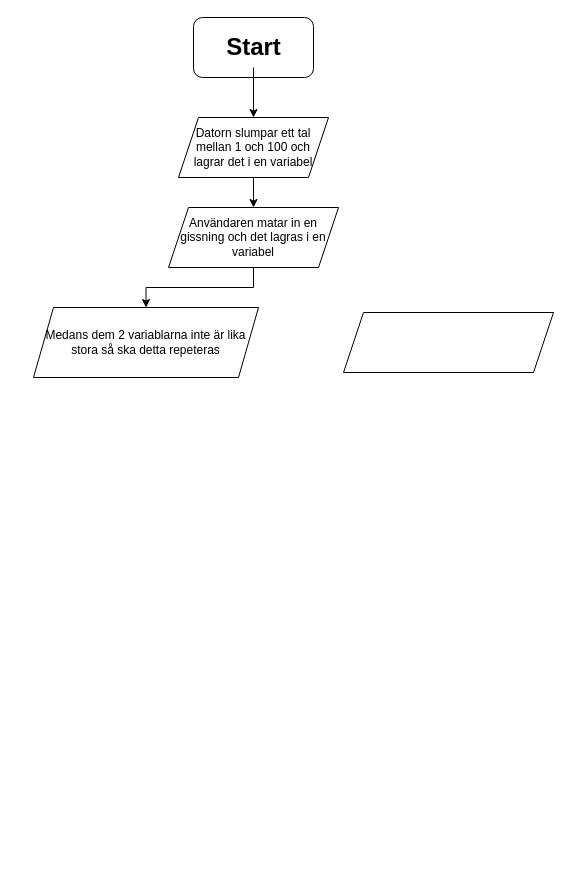
This is Untitled Diagram.drawio from Dementisten/Programmerings-Uppgift, a draw.io file, before an edit. Source tidied: cells renumbered, new cells numbered last; positions are measured from the earlier drawing's top-left corner, leaving out a move shared by most shapes. Both pictures are drawn from the tidied source at 100%, with x=0, y=0 at pixel (33, 17).
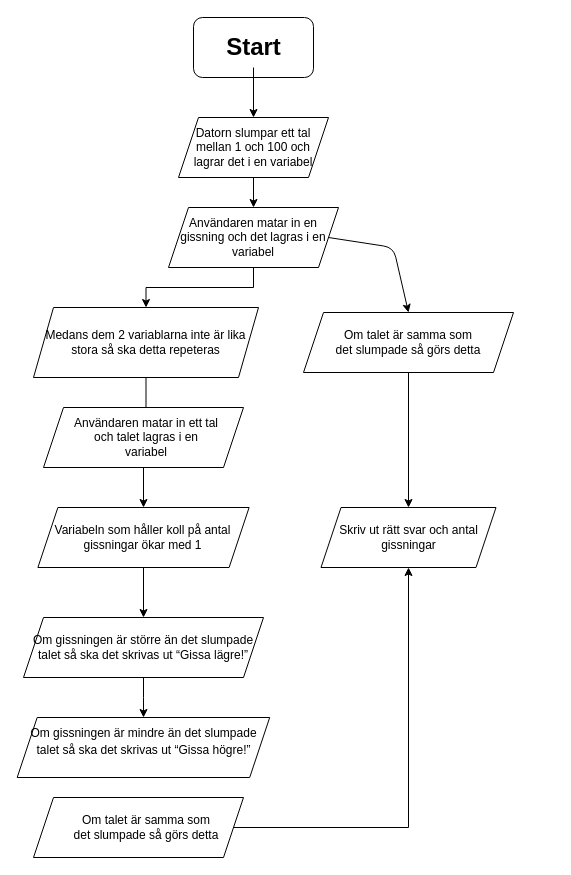
After the change.

Unchanged cells that the change refers to:
```xml
<mxCell id="8" value="Användaren matar in en gissning och det lagras i en variabel" style="shape=parallelogram;perimeter=parallelogramPerimeter;whiteSpace=wrap;html=1;fixedSize=1;" parent="1" vertex="1">
  <mxGeometry x="135" y="190" width="170" height="60" as="geometry" />
</mxCell>
<mxCell id="9" value="Medans dem 2 variablarna inte är lika stora så ska detta repeteras" style="shape=parallelogram;perimeter=parallelogramPerimeter;whiteSpace=wrap;html=1;fixedSize=1;" parent="1" vertex="1">
  <mxGeometry y="290" width="225" height="70" as="geometry" />
</mxCell>
```

Diff of the diagram source:
```diff
@@
+    <mxCell id="11" style="edgeStyle=orthogonalEdgeStyle;rounded=0;jettySize=auto;html=1;" parent="1" edge="1" source="9" target="15">
+      <mxGeometry relative="1" as="geometry" />
+    </mxCell>
@@
+    <mxCell id="12" style="edgeStyle=orthogonalEdgeStyle;rounded=0;jettySize=auto;html=1;" parent="1" edge="1" source="10" target="18">
+      <mxGeometry relative="1" as="geometry" />
+    </mxCell>
     <mxCell id="10" style="shape=parallelogram;perimeter=parallelogramPerimeter;whiteSpace=wrap;html=1;fixedSize=1;" parent="1" vertex="1">
-      <mxGeometry x="310" y="295" width="210" height="60" as="geometry" />
+      <mxGeometry x="270" y="295" width="210" height="60" as="geometry" />
     </mxCell>
+    <mxCell id="13" style="shape=parallelogram;perimeter=parallelogramPerimeter;whiteSpace=wrap;html=1;fixedSize=1;" parent="1" vertex="1">
+      <mxGeometry x="10" y="390" width="200" height="60" as="geometry" />
+    </mxCell>
+    <mxCell id="14" style="edgeStyle=orthogonalEdgeStyle;rounded=0;jettySize=auto;html=1;exitX=0.5;exitY=1;exitDx=0;exitDy=0;" parent="1" edge="1" source="13" target="20">
+      <mxGeometry relative="1" as="geometry" />
+    </mxCell>
+    <mxCell id="15" value="Användaren matar in ett tal och talet lagras i en variabel" style="text;html=1;strokeColor=none;fillColor=none;align=center;verticalAlign=middle;whiteSpace=wrap;rounded=0;" parent="1" vertex="1">
+      <mxGeometry x="37.5" y="410" width="150" height="20" as="geometry" />
+    </mxCell>
+    <mxCell id="16" style="endArrow=classic;html=1;entryX=0.5;entryY=0;entryDx=0;entryDy=0;exitX=1;exitY=0.5;exitDx=0;exitDy=0;" parent="1" edge="1" source="8" target="10">
+      <mxGeometry relative="1" as="geometry">
+        <Array as="points">
+          <mxPoint x="360" y="230" />
+        </Array>
+      </mxGeometry>
+    </mxCell>
+    <mxCell id="17" value="Om talet är samma som det slumpade så görs detta" style="text;html=1;strokeColor=none;fillColor=none;align=center;verticalAlign=middle;whiteSpace=wrap;rounded=0;" parent="1" vertex="1">
+      <mxGeometry x="300" y="315" width="150" height="20" as="geometry" />
+    </mxCell>
+    <mxCell id="18" value="Skriv ut rätt svar och antal gissningar" style="shape=parallelogram;perimeter=parallelogramPerimeter;whiteSpace=wrap;html=1;fixedSize=1;" parent="1" vertex="1">
+      <mxGeometry x="287.5" y="490" width="175" height="60" as="geometry" />
+    </mxCell>
+    <mxCell id="19" style="edgeStyle=orthogonalEdgeStyle;rounded=0;jettySize=auto;html=1;" parent="1" edge="1" source="20" target="22">
+      <mxGeometry relative="1" as="geometry" />
+    </mxCell>
+    <mxCell id="20" value="Variabeln som håller koll på antal gissningar ökar med 1" style="shape=parallelogram;perimeter=parallelogramPerimeter;whiteSpace=wrap;html=1;fixedSize=1;" parent="1" vertex="1">
+      <mxGeometry x="4.4" y="490" width="211.2" height="60" as="geometry" />
+    </mxCell>
+    <mxCell id="21" style="edgeStyle=orthogonalEdgeStyle;rounded=0;jettySize=auto;html=1;" parent="1" edge="1" source="22" target="23">
+      <mxGeometry relative="1" as="geometry" />
+    </mxCell>
+    <mxCell id="22" value="&lt;span id=&quot;docs-internal-guid-702ee39d-7fff-81c9-dbe3-05993b5a9d8b&quot;&gt;&lt;span style=&quot;background-color: transparent ; vertical-align: baseline&quot;&gt;&lt;font style=&quot;font-size: 12px&quot;&gt;Om gissningen är större än det slumpade talet så ska det skrivas ut “Gissa lägre!”&lt;/font&gt;&lt;/span&gt;&lt;/span&gt;" style="shape=parallelogram;perimeter=parallelogramPerimeter;whiteSpace=wrap;html=1;fixedSize=1;" parent="1" vertex="1">
+      <mxGeometry x="-10" y="600" width="240" height="60" as="geometry" />
+    </mxCell>
+    <mxCell id="23" value="&lt;span id=&quot;docs-internal-guid-66e83b4b-7fff-19e0-1803-322613603925&quot;&gt;&lt;p dir=&quot;ltr&quot; style=&quot;line-height: 1.38 ; margin-top: 0pt ; margin-bottom: 0pt&quot;&gt;&lt;span style=&quot;font-size: 11pt ; background-color: transparent ; vertical-align: baseline&quot;&gt;&lt;span class=&quot;Apple-tab-span&quot;&gt; &lt;/span&gt;&lt;/span&gt;&lt;span style=&quot;background-color: transparent ; vertical-align: baseline&quot;&gt;Om gissningen är mindre än det slumpade talet så ska det skrivas ut “Gissa högre!”&lt;/span&gt;&lt;/p&gt;&lt;div&gt;&lt;span style=&quot;font-family: &amp;#34;arial&amp;#34; ; background-color: transparent ; vertical-align: baseline&quot;&gt;&lt;br&gt;&lt;/span&gt;&lt;/div&gt;&lt;/span&gt;" style="shape=parallelogram;perimeter=parallelogramPerimeter;whiteSpace=wrap;html=1;fixedSize=1;" parent="1" vertex="1">
+      <mxGeometry x="-16.3" y="700" width="252.5" height="60" as="geometry" />
+    </mxCell>
+    <mxCell id="24" style="edgeStyle=orthogonalEdgeStyle;rounded=0;jettySize=auto;html=1;entryX=0.5;entryY=1;entryDx=0;entryDy=0;" parent="1" edge="1" source="25" target="18">
+      <mxGeometry relative="1" as="geometry" />
+    </mxCell>
+    <mxCell id="25" style="shape=parallelogram;perimeter=parallelogramPerimeter;whiteSpace=wrap;html=1;fixedSize=1;" parent="1" vertex="1">
+      <mxGeometry y="780" width="210" height="60" as="geometry" />
+    </mxCell>
+    <mxCell id="26" value="Om talet är samma som det slumpade så görs detta" style="text;html=1;strokeColor=none;fillColor=none;align=center;verticalAlign=middle;whiteSpace=wrap;rounded=0;" parent="1" vertex="1">
+      <mxGeometry x="37.5" y="800" width="150" height="20" as="geometry" />
+    </mxCell>
```
